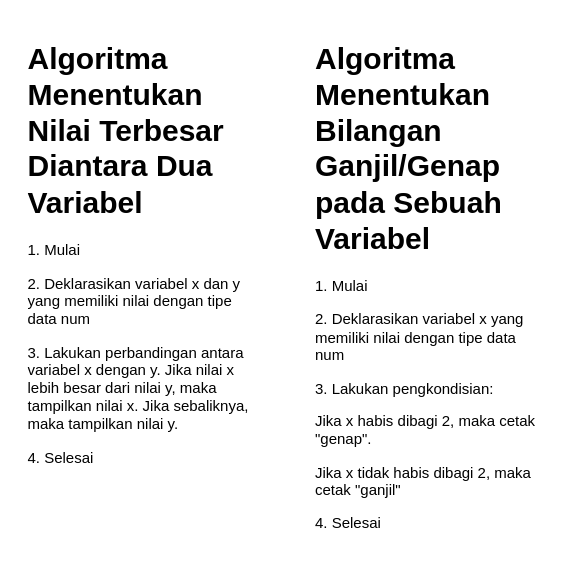
Above: tugas 4.drawio in DzulfiqarSiraj/fwg17-computer-science (draw.io), before the change. Source tidied: cells renumbered, new cells numbered last; positions are measured from the earlier drawing's top-left corner, leaving out a move shared by most shapes. Both pictures are drawn from the tidied source at 125%, with x=0, y=0 at pixel (21, 34).
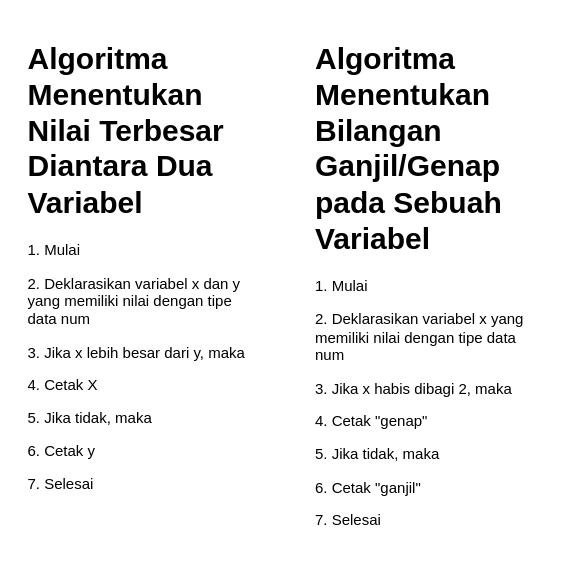
Above is the later version.

Diff of the diagram source:
```diff
@@
 <mxGraphModel>
   <root>
     <mxCell id="0" />
     <mxCell id="1" parent="0" />
-    <mxCell id="2" value="&lt;h1&gt;Algoritma Menentukan Nilai Terbesar Diantara Dua Variabel&lt;/h1&gt;&lt;p&gt;1. Mulai&lt;/p&gt;&lt;p&gt;2. Deklarasikan variabel x dan y yang memiliki nilai dengan tipe data num&lt;/p&gt;&lt;p&gt;3. Lakukan perbandingan antara variabel x dengan y. Jika nilai x lebih besar dari nilai y, maka tampilkan nilai x. Jika sebaliknya, maka tampilkan nilai y.&lt;/p&gt;&lt;p&gt;4. Selesai&lt;/p&gt;" style="text;html=1;strokeColor=none;fillColor=none;spacing=5;spacingTop=-20;whiteSpace=wrap;overflow=hidden;rounded=0;" parent="1" vertex="1">
-      <mxGeometry width="190" height="380" as="geometry" />
+    <mxCell id="2" value="&lt;h1&gt;Algoritma Menentukan Nilai Terbesar Diantara Dua Variabel&lt;/h1&gt;&lt;p&gt;1. Mulai&lt;/p&gt;&lt;p&gt;2. Deklarasikan variabel x dan y yang memiliki nilai dengan tipe data num&lt;/p&gt;&lt;p&gt;3. Jika x lebih besar dari y, maka&lt;/p&gt;&lt;p&gt;4. Cetak X&amp;nbsp;&lt;/p&gt;&lt;p&gt;5. Jika tidak, maka&amp;nbsp;&lt;/p&gt;&lt;p&gt;6. Cetak y&lt;/p&gt;&lt;p&gt;7. Selesai&lt;/p&gt;" style="text;html=1;strokeColor=none;fillColor=none;spacing=5;spacingTop=-20;whiteSpace=wrap;overflow=hidden;rounded=0;" parent="1" vertex="1">
+      <mxGeometry width="190" height="410" as="geometry" />
     </mxCell>
-    <mxCell id="3" value="&lt;h1&gt;Algoritma Menentukan Bilangan Ganjil/Genap pada Sebuah Variabel&lt;/h1&gt;&lt;p&gt;1. Mulai&lt;/p&gt;&lt;p&gt;2. Deklarasikan variabel x yang memiliki nilai dengan tipe data num&lt;/p&gt;&lt;p&gt;3. Lakukan pengkondisian:&lt;/p&gt;&lt;p&gt;Jika x habis dibagi 2, maka cetak &quot;genap&quot;.&lt;/p&gt;&lt;p&gt;Jika x tidak habis dibagi 2, maka cetak &quot;ganjil&quot;&lt;/p&gt;&lt;p&gt;4. Selesai&lt;/p&gt;" style="text;html=1;strokeColor=none;fillColor=none;spacing=5;spacingTop=-20;whiteSpace=wrap;overflow=hidden;rounded=0;" parent="1" vertex="1">
+    <mxCell id="3" value="&lt;h1&gt;Algoritma Menentukan Bilangan Ganjil/Genap pada Sebuah Variabel&lt;/h1&gt;&lt;p&gt;1. Mulai&lt;/p&gt;&lt;p&gt;2. Deklarasikan variabel x yang memiliki nilai dengan tipe data num&lt;/p&gt;&lt;p&gt;3. J&lt;span style=&quot;background-color: initial;&quot;&gt;ika x habis dibagi 2, maka&amp;nbsp;&lt;/span&gt;&lt;/p&gt;&lt;p&gt;&lt;span style=&quot;background-color: initial;&quot;&gt;4. Cetak &quot;genap&quot;&lt;/span&gt;&lt;/p&gt;&lt;p&gt;5. Jika tidak, maka&lt;/p&gt;&lt;p&gt;6. Cetak &quot;ganjil&quot;&lt;/p&gt;&lt;p&gt;7. Selesai&lt;/p&gt;" style="text;html=1;strokeColor=none;fillColor=none;spacing=5;spacingTop=-20;whiteSpace=wrap;overflow=hidden;rounded=0;" parent="1" vertex="1">
       <mxGeometry x="230" width="190" height="420" as="geometry" />
     </mxCell>
   </root>
 </mxGraphModel>
```
